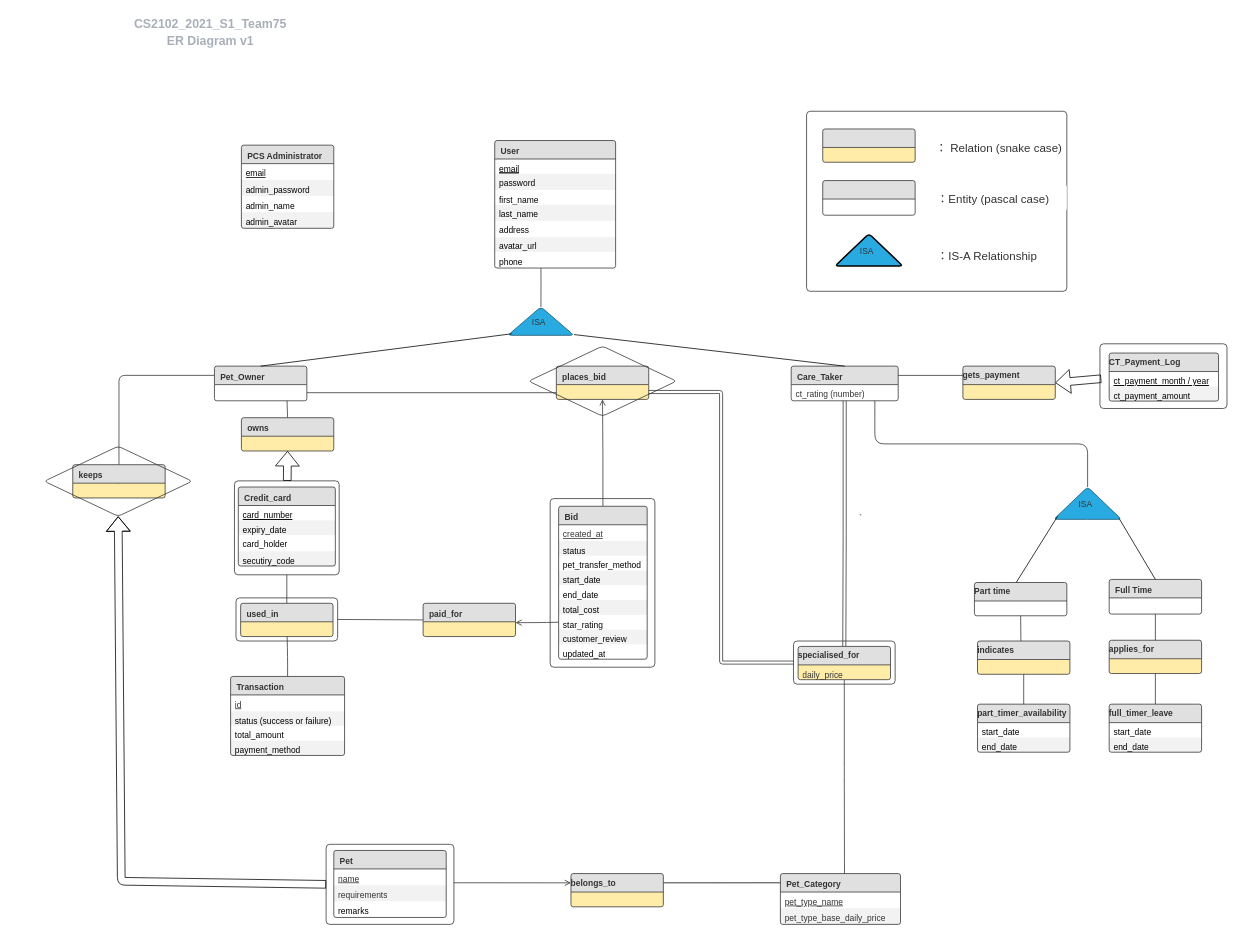
tysg/petpets keeps this draw.io diagram as Untitled Diagram.drawio. Above is the earlier version. Source tidied: cells renumbered, new cells numbered last; positions are measured from the earlier drawing's top-left corner, leaving out a move shared by most shapes. Both pictures are drawn from the tidied source at 77%, with x=0, y=0 at pixel (13, 13).
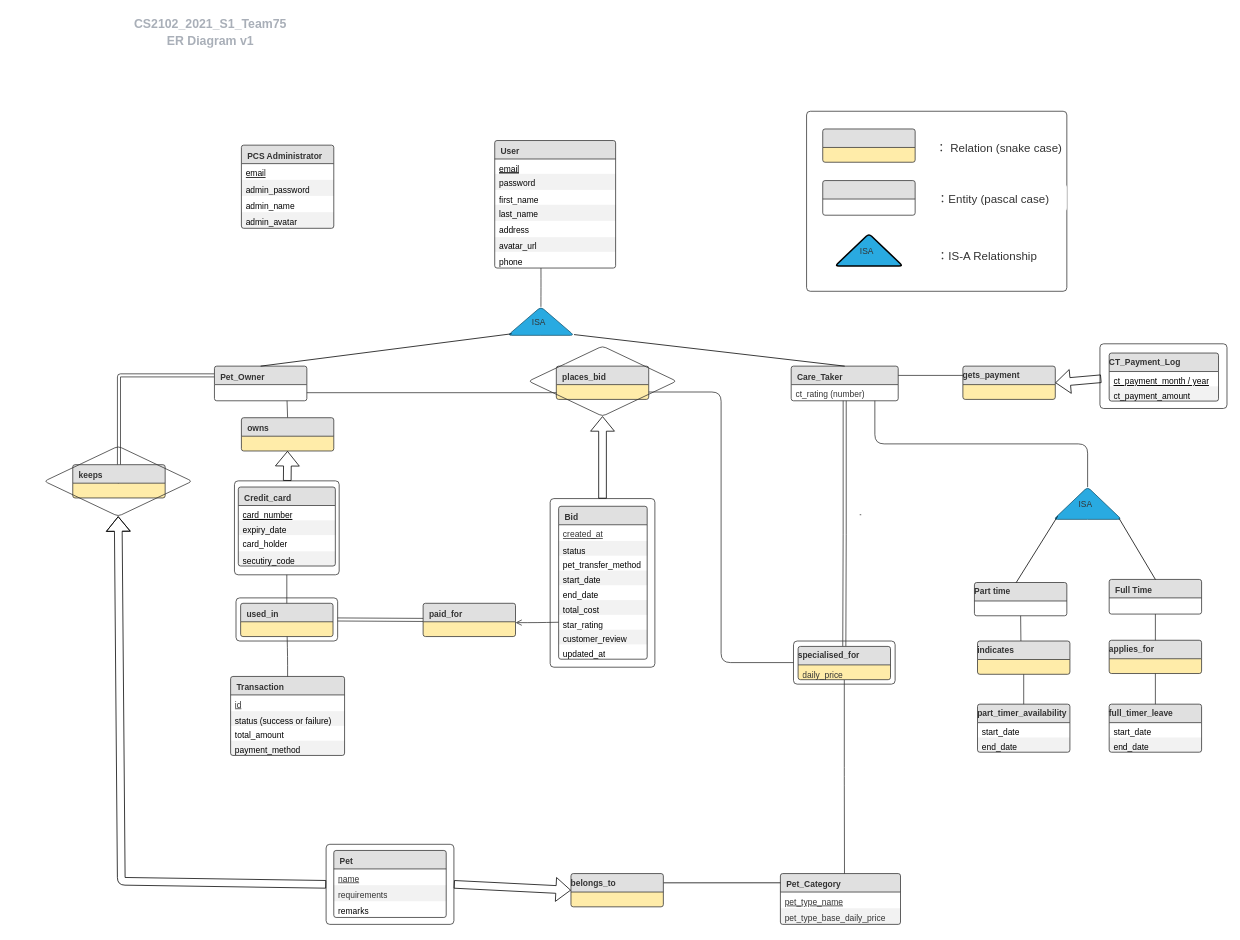
The same page after the edit.

Commit message:
copy from lucidchart

Unchanged cells that the change refers to:
```xml
<mxCell id="6" value="Pet_Owner" style="html=1;whiteSpace=wrap;swimlane;horizontal=1;swimlaneFillColor=#ffffff;startSize=24;fontSize=11;fontColor=#333333;align=left;spacingLeft=6.72;spacingRight=11.2;spacingTop=3.2;spacing=2;strokeColor=#333333;strokeOpacity=100;fillOpacity=100;rounded=1;absoluteArcSize=1;arcSize=6;fillColor=#ffffff;fillColor=#e0e0e0;" parent="1" vertex="1">
  <mxGeometry x="261" y="458" width="120" height="45" as="geometry" />
</mxCell>
<mxCell id="55" value="belongs_to" style="html=1;whiteSpace=wrap;swimlane;horizontal=1;swimlaneFillColor=#ffeca9;startSize=24;fontSize=11;fontColor=#333333;align=left;spacing=0;strokeColor=#333333;strokeOpacity=100;fillOpacity=100;rounded=1;absoluteArcSize=1;arcSize=6;fillColor=#ffeca9;fillColor=#e0e0e0;" parent="1" vertex="1">
  <mxGeometry x="724" y="1117" width="120" height="43.2" as="geometry" />
</mxCell>
<mxCell id="58" value="keeps" style="html=1;whiteSpace=wrap;swimlane;horizontal=1;swimlaneFillColor=#ffeca9;startSize=24;fontSize=11;fontColor=#333333;align=left;spacingLeft=6.72;spacingRight=11.2;spacingTop=3.2;spacing=2;strokeColor=#333333;strokeOpacity=100;fillOpacity=100;rounded=1;absoluteArcSize=1;arcSize=6;fillColor=#ffeca9;fillColor=#e0e0e0;" parent="1" vertex="1">
  <mxGeometry x="77" y="586" width="120" height="43.2" as="geometry" />
</mxCell>
<mxCell id="60" value="places_bid" style="html=1;whiteSpace=wrap;swimlane;horizontal=1;swimlaneFillColor=#ffeca9;startSize=24;fontSize=11;fontColor=#333333;align=left;spacingLeft=6.72;spacingRight=11.2;spacingTop=3.2;spacing=2;strokeColor=#333333;strokeOpacity=100;fillOpacity=100;rounded=1;absoluteArcSize=1;arcSize=6;fillColor=#ffeca9;fillColor=#e0e0e0;" parent="1" vertex="1">
  <mxGeometry x="705" y="458" width="120" height="43.2" as="geometry" />
</mxCell>
<mxCell id="62" value="paid_for" style="html=1;whiteSpace=wrap;swimlane;horizontal=1;swimlaneFillColor=#ffeca9;startSize=24;fontSize=11;fontColor=#333333;align=left;spacingLeft=6.72;spacingRight=11.2;spacingTop=3.2;spacing=2;strokeColor=#333333;strokeOpacity=100;fillOpacity=100;rounded=1;absoluteArcSize=1;arcSize=6;fillColor=#ffeca9;fillColor=#e0e0e0;" parent="1" vertex="1">
  <mxGeometry x="532" y="766" width="120" height="43.2" as="geometry" />
</mxCell>
<mxCell id="67" value="Bid" style="html=1;whiteSpace=wrap;swimlane;horizontal=1;swimlaneFillColor=#ffffff;startSize=24;fontSize=11;fontColor=#333333;align=left;spacingLeft=6.72;spacingRight=11.2;spacingTop=3.2;spacing=2;strokeColor=#333333;strokeOpacity=100;fillOpacity=100;rounded=1;absoluteArcSize=1;arcSize=6;fillColor=#ffffff;fillColor=#e0e0e0;" parent="1" vertex="1">
  <mxGeometry x="708" y="640" width="115" height="198.6" as="geometry" />
</mxCell>
<mxCell id="91" style="html=1;whiteSpace=wrap;fontSize=11;spacing=0;strokeColor=#333333;strokeOpacity=100;fillOpacity=0;rounded=1;absoluteArcSize=1;arcSize=9.6;fillColor=#000000;" parent="1" vertex="1">
  <mxGeometry x="406" y="1079" width="166" height="104" as="geometry" />
</mxCell>
<mxCell id="98" style="html=1;whiteSpace=wrap;fontSize=11;spacing=0;strokeColor=#333333;strokeOpacity=100;fillOpacity=0;rounded=1;absoluteArcSize=1;arcSize=9.6;fillColor=#000000;" parent="1" vertex="1">
  <mxGeometry x="1013" y="815" width="132" height="56" as="geometry" />
</mxCell>
<mxCell id="100" style="html=1;whiteSpace=wrap;shape=rhombus;fontSize=11;spacing=0;strokeColor=#333333;strokeOpacity=100;fillOpacity=0;rounded=1;absoluteArcSize=1;arcSize=9.6;fillColor=#000000;" parent="1" vertex="1">
  <mxGeometry x="669" y="432" width="192" height="91" as="geometry" />
</mxCell>
<mxCell id="104" style="html=1;whiteSpace=wrap;fontSize=11;spacing=0;strokeColor=#333333;strokeOpacity=100;fillOpacity=0;rounded=1;absoluteArcSize=1;arcSize=9.6;fillColor=#000000;" parent="1" vertex="1">
  <mxGeometry x="289" y="759" width="132" height="56" as="geometry" />
</mxCell>
<mxCell id="123" style="html=1;whiteSpace=wrap;fontSize=11;spacing=0;strokeColor=#333333;strokeOpacity=100;fillOpacity=0;rounded=1;absoluteArcSize=1;arcSize=9.6;fillColor=#000000;" parent="1" vertex="1">
  <mxGeometry x="697" y="630" width="136" height="219" as="geometry" />
</mxCell>
```

The edit, as a diff of the source:
```diff
@@
-    <mxCell id="3" style="html=1;jettySize=18;overflow=width;strokeColor=#333333;strokeOpacity=100;rounded=1;arcSize=16;edgeStyle=orthogonalEdgeStyle;startArrow=none;endArrow=none;exitX=0.5;exitY=-0.006944444444444444;exitPerimeter=1;entryX=-0.0025;entryY=0.2655000000000003;entryPerimeter=1;" parent="1" edge="1" source="58" target="6">
+    <mxCell id="3" style="html=1;jettySize=18;overflow=width;strokeColor=#333333;strokeOpacity=100;rounded=1;arcSize=16;edgeStyle=orthogonalEdgeStyle;startArrow=none;endArrow=none;exitX=0.5;exitY=-0.006944444444444444;exitPerimeter=1;entryX=-0.0025;entryY=0.2655000000000003;entryPerimeter=1;shape=link;" parent="1" edge="1" source="58" target="6">
       <mxGeometry relative="1" as="geometry" />
     </mxCell>
@@
-    <mxCell id="46" style="html=1;jettySize=18;overflow=width;strokeColor=#333333;strokeOpacity=100;rounded=1;arcSize=24;edgeStyle=orthogonalEdgeStyle;startArrow=none;endArrow=open;exitX=1.0018048513001752;exitY=0.4802791426788251;exitPerimeter=1;entryX=-0.0025;entryY=0.2777777777777778;entryPerimeter=1;" parent="1" edge="1" source="91" target="55">
-      <mxGeometry relative="1" as="geometry" />
-    </mxCell>
@@
-    <mxCell id="65" style="html=1;jettySize=18;overflow=width;strokeColor=#333333;strokeOpacity=100;rounded=1;arcSize=24;edgeStyle=orthogonalEdgeStyle;startArrow=none;endArrow=none;exitX=-0.0022727272727272726;exitY=0.5;exitPerimeter=1;entryX=1.0025;entryY=0.779166666666667;entryPerimeter=1;shape=link;" parent="1" edge="1" source="98" target="60">
+    <mxCell id="65" style="html=1;jettySize=18;overflow=width;strokeColor=#333333;strokeOpacity=100;rounded=1;arcSize=24;edgeStyle=orthogonalEdgeStyle;startArrow=none;endArrow=none;exitX=-0.0022727272727272726;exitY=0.5;exitPerimeter=1;entryX=1.0025;entryY=0.779166666666667;entryPerimeter=1;" parent="1" edge="1" source="98" target="60">
       <mxGeometry relative="1" as="geometry" />
     </mxCell>
-    <mxCell id="66" style="html=1;jettySize=18;overflow=width;strokeColor=#333333;strokeOpacity=100;rounded=1;arcSize=24;edgeStyle=orthogonalEdgeStyle;startArrow=none;endArrow=open;exitX=0.5;exitY=-0.0015105740181268882;exitPerimeter=1;entryX=0.5;entryY=1.006944444444446;entryPerimeter=1;" parent="1" edge="1" source="67" target="60">
-      <mxGeometry relative="1" as="geometry" />
-    </mxCell>
@@
-    <mxCell id="107" style="html=1;jettySize=18;overflow=width;strokeColor=#333333;strokeOpacity=100;rounded=0;startArrow=none;endArrow=none;exitX=1.0022727272727272;exitY=0.5000000008477137;exitPerimeter=1;entryX=-0.0025;entryY=0.5000000010989127;entryPerimeter=1;" parent="1" edge="1" source="104" target="62">
+    <mxCell id="107" style="html=1;jettySize=18;overflow=width;strokeColor=#333333;strokeOpacity=100;rounded=0;startArrow=none;endArrow=none;exitX=1.0022727272727272;exitY=0.5000000008477137;exitPerimeter=1;entryX=-0.0025;entryY=0.5000000010989127;entryPerimeter=1;shape=link;" parent="1" edge="1" source="104" target="62">
       <mxGeometry relative="1" as="geometry" />
     </mxCell>
@@
+    <mxCell id="46" style="shape=flexArrow;html=1;exitX=1;exitY=0.5;exitDx=0;exitDy=0;entryX=0;entryY=0.5;entryDx=0;entryDy=0;" parent="1" edge="1" source="91" target="55">
+      <mxGeometry relative="1" as="geometry" />
+    </mxCell>
+    <mxCell id="129" style="shape=flexArrow;html=1;exitX=0.5;exitY=0;exitDx=0;exitDy=0;" parent="1" edge="1" source="123" target="100">
+      <mxGeometry relative="1" as="geometry" />
+    </mxCell>
```
